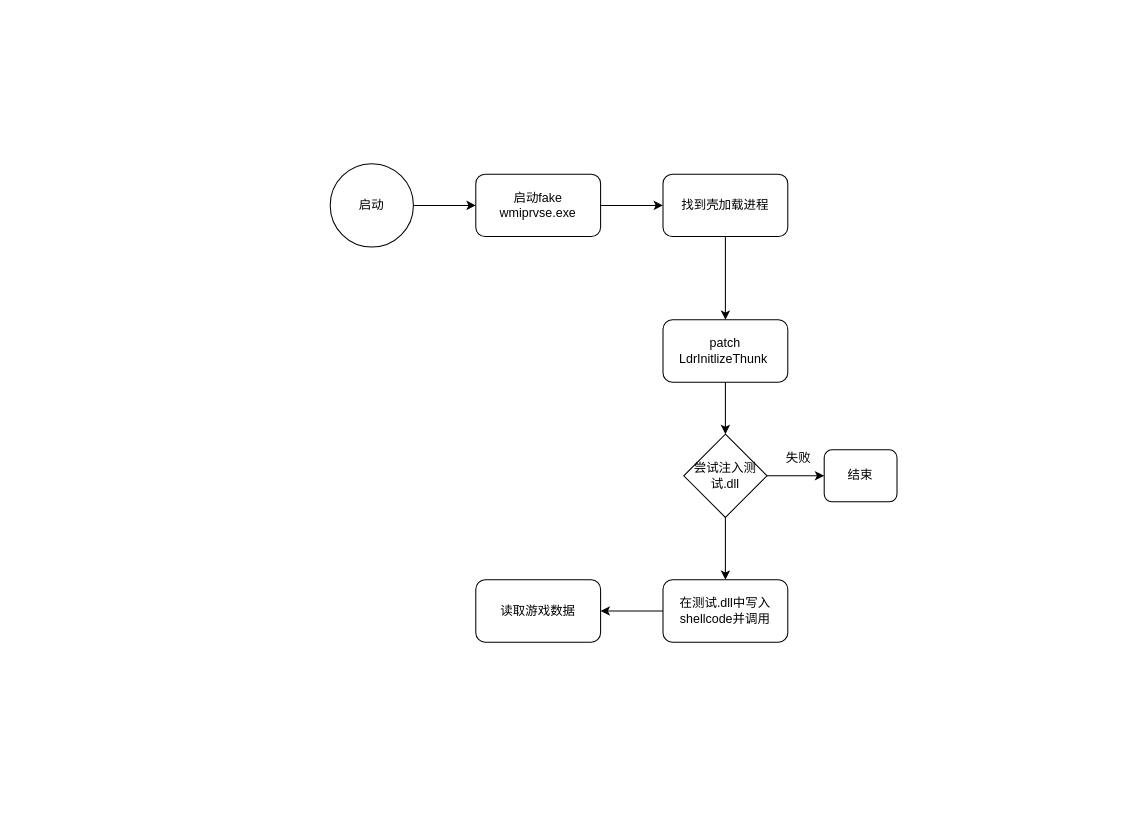
Earlier version of the draw.io diagram testDirectory/花蝴蝶.drawio (Moose1273/-). Source tidied: cells renumbered, new cells numbered last; positions are measured from the earlier drawing's top-left corner, leaving out a move shared by most shapes. Both pictures are drawn from the tidied source at 104%, with x=0, y=0 at pixel (330, 163).
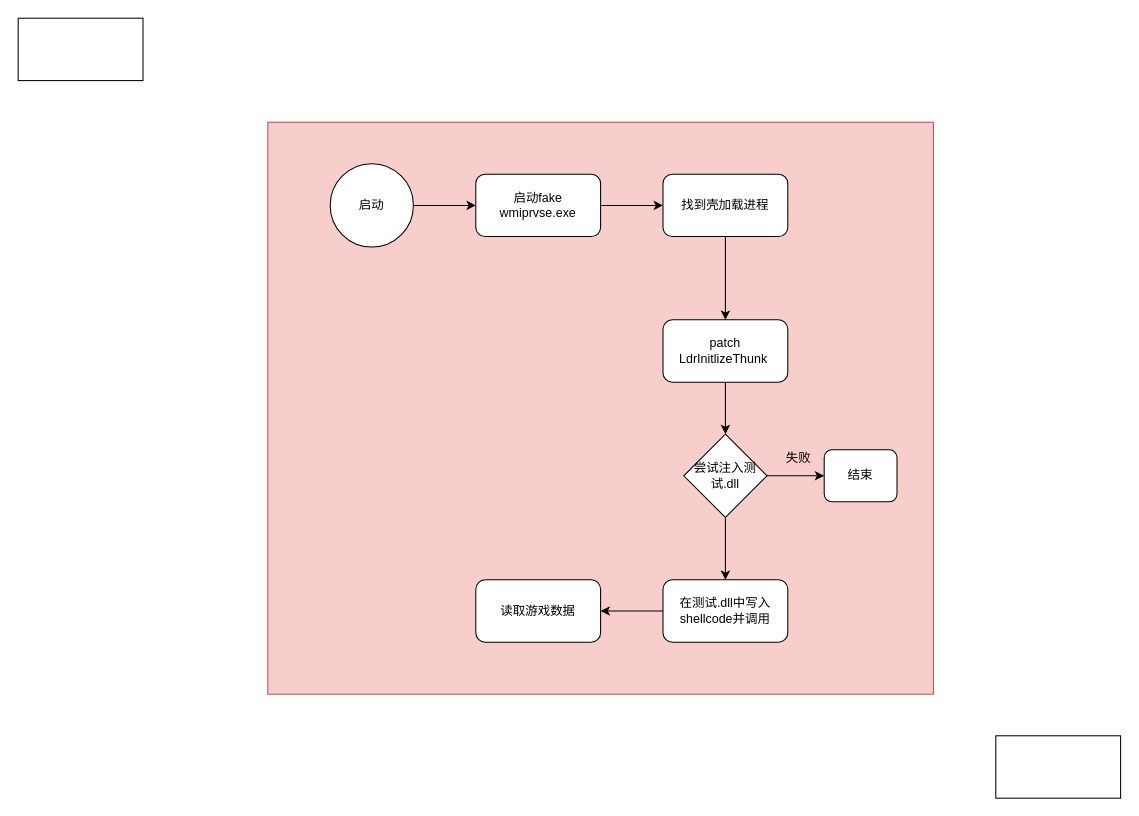
The same diagram, later.

Commit message (it also covers changes not shown here):
更新花蝴蝶.drawio

Unchanged cells that the change refers to:
```xml
<mxCell id="10" value="尝试注入测试.dll" style="rhombus;whiteSpace=wrap;html=1;" parent="1" vertex="1">
  <mxGeometry x="340" y="260" width="80" height="80" as="geometry" />
</mxCell>
<mxCell id="16" value="在测试.dll中写入shellcode并调用" style="rounded=1;whiteSpace=wrap;html=1;" parent="1" vertex="1">
  <mxGeometry x="320" y="400" width="120" height="60" as="geometry" />
</mxCell>
```

Diff of the diagram source:
```diff
@@
+    <mxCell id="18" style="rounded=0;whiteSpace=wrap;html=1;fillColor=#f8cecc;strokeColor=#b85450;" parent="1" vertex="1">
+      <mxGeometry x="-60" y="-40" width="640" height="550" as="geometry" />
+    </mxCell>
+    <mxCell id="9" style="edgeStyle=orthogonalEdgeStyle;rounded=0;jettySize=auto;html=1;" parent="1" edge="1" source="10" target="16">
+      <mxGeometry relative="1" as="geometry" />
+    </mxCell>
@@
-    <mxCell id="9" style="edgeStyle=orthogonalEdgeStyle;rounded=0;jettySize=auto;html=1;" parent="1" edge="1" source="10" target="16">
-      <mxGeometry relative="1" as="geometry" />
-    </mxCell>
@@
+    <mxCell id="19" style="rounded=0;whiteSpace=wrap;html=1;" parent="1" vertex="1">
+      <mxGeometry x="-300" y="-140" width="120" height="60" as="geometry" />
+    </mxCell>
+    <mxCell id="20" style="rounded=0;whiteSpace=wrap;html=1;" parent="1" vertex="1">
+      <mxGeometry x="640" y="550" width="120" height="60" as="geometry" />
+    </mxCell>
```
